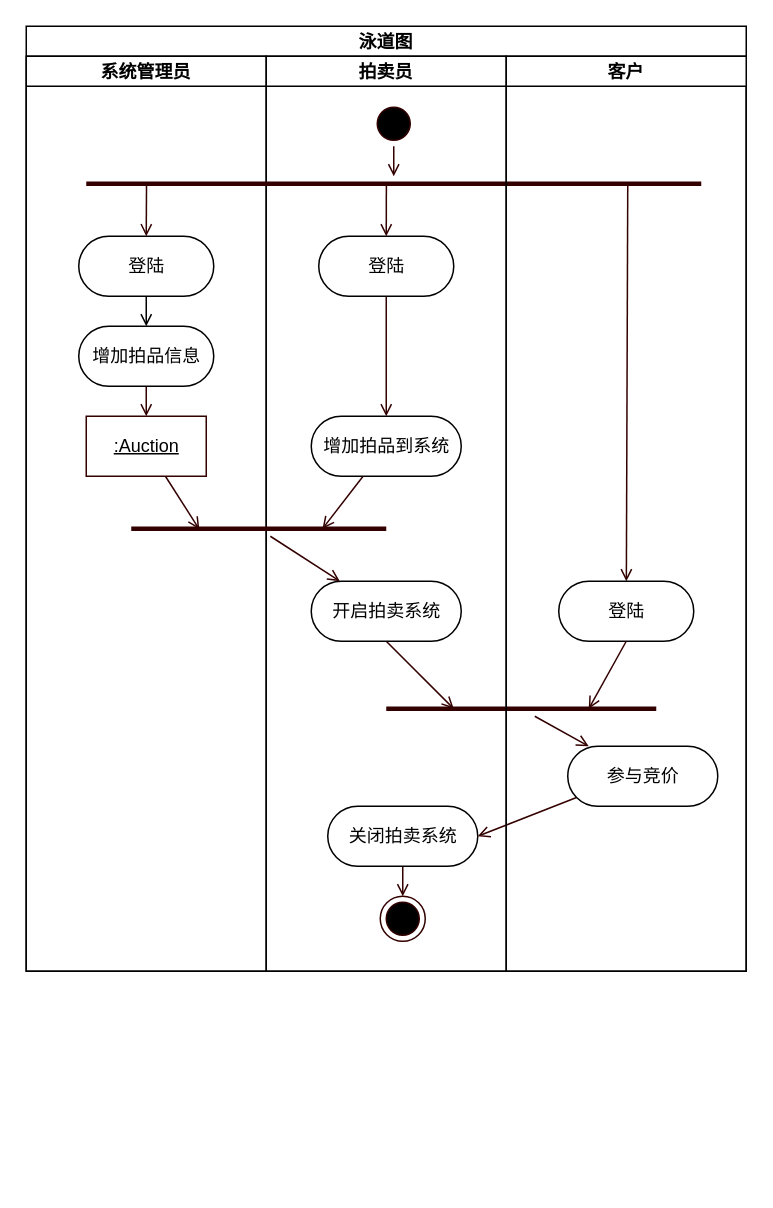
Earlier version of the draw.io diagram docs/进程视图/源文件/activity-chart.drawio (xinghyfish/auction). Source tidied: cells renumbered, new cells numbered last; positions are measured from the earlier drawing's top-left corner, leaving out a move shared by most shapes. Both pictures are drawn from the tidied source at 150%, with x=0, y=0 at pixel (26, 26).
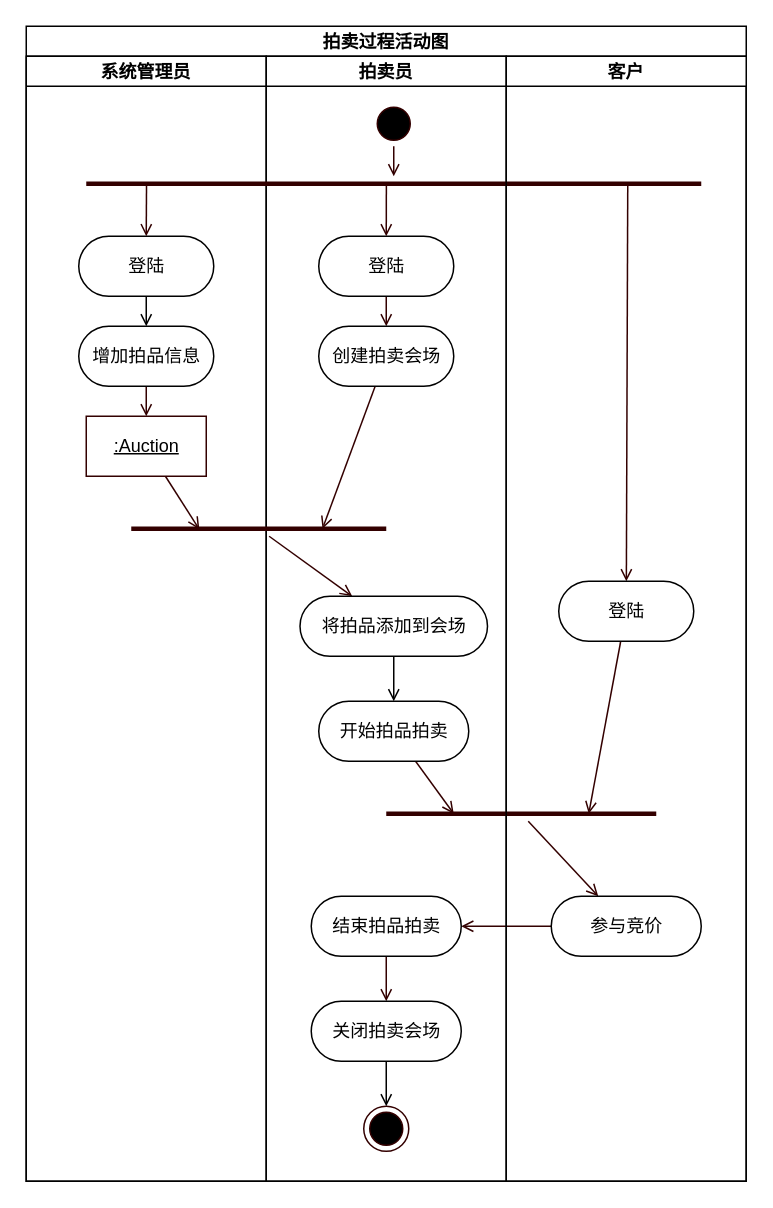
Above is the later version.

The change refers to these unchanged cells:
```xml
<mxCell id="5" value="登陆" style="html=1;dashed=0;whitespace=wrap;shape=mxgraph.dfd.start;" parent="3" vertex="1">
  <mxGeometry x="35" y="120" width="90" height="40" as="geometry" />
</mxCell>
<mxCell id="18" value="登陆" style="html=1;dashed=0;whitespace=wrap;shape=mxgraph.dfd.start;" parent="11" vertex="1">
  <mxGeometry x="35" y="120" width="90" height="40" as="geometry" />
</mxCell>
<mxCell id="20" style="shape=line;html=1;strokeWidth=3;strokeColor=#330000;" parent="11" vertex="1">
  <mxGeometry x="-120" y="80" width="410" height="10" as="geometry" />
</mxCell>
<mxCell id="22" style="shape=line;html=1;strokeWidth=3;strokeColor=#330000;" parent="11" vertex="1">
  <mxGeometry x="-90" y="310" width="170" height="10" as="geometry" />
</mxCell>
<mxCell id="32" value="登陆" style="html=1;dashed=0;whitespace=wrap;shape=mxgraph.dfd.start;" parent="30" vertex="1">
  <mxGeometry x="35" y="350" width="90" height="40" as="geometry" />
</mxCell>
```

Change to the diagram source:
```diff
@@
-    <mxCell id="2" value="泳道图" style="swimlane;startSize=20;" parent="1" vertex="1">
-      <mxGeometry width="480" height="630" as="geometry" />
+    <mxCell id="2" value="拍卖过程活动图" style="swimlane;startSize=20;" parent="1" vertex="1">
+      <mxGeometry width="480" height="770" as="geometry" />
     </mxCell>
     <mxCell id="3" value="系统管理员" style="swimlane;startSize=20;" parent="2" vertex="1">
-      <mxGeometry y="20" width="160" height="610" as="geometry" />
+      <mxGeometry y="20" width="160" height="750" as="geometry" />
     </mxCell>
@@
+    <mxCell id="28" style="edgeStyle=none;rounded=0;jettySize=auto;html=1;exitX=0.098;exitY=0.494;exitDx=0;exitDy=0;exitPerimeter=0;entryX=0.5;entryY=0.5;entryDx=0;entryDy=-20;entryPerimeter=0;strokeColor=#330000;endArrow=open;endFill=0;" parent="2" edge="1" source="20" target="5">
+      <mxGeometry relative="1" as="geometry" />
+    </mxCell>
+    <mxCell id="29" style="edgeStyle=none;rounded=0;jettySize=auto;html=1;strokeColor=#330000;endArrow=open;endFill=0;" parent="2" edge="1" source="31" target="16">
+      <mxGeometry relative="1" as="geometry" />
+    </mxCell>
+    <mxCell id="33" style="edgeStyle=none;rounded=0;jettySize=auto;html=1;entryX=0.75;entryY=0.5;entryDx=0;entryDy=0;entryPerimeter=0;strokeColor=#330000;endArrow=open;endFill=0;" parent="2" edge="1" source="32" target="27">
+      <mxGeometry relative="1" as="geometry" />
+    </mxCell>
+    <mxCell id="34" style="edgeStyle=none;rounded=0;jettySize=auto;html=1;strokeColor=#330000;endArrow=open;endFill=0;" parent="2" edge="1" source="27" target="31">
+      <mxGeometry relative="1" as="geometry" />
+    </mxCell>
     <mxCell id="11" value="拍卖员" style="swimlane;startSize=20;" parent="2" vertex="1">
-      <mxGeometry x="160" y="20" width="160" height="610" as="geometry" />
+      <mxGeometry x="160" y="20" width="160" height="750" as="geometry" />
     </mxCell>
-    <mxCell id="12" value="增加拍品到系统" style="html=1;dashed=0;whitespace=wrap;shape=mxgraph.dfd.start;" parent="11" vertex="1">
-      <mxGeometry x="30" y="240" width="100" height="40" as="geometry" />
-    </mxCell>
-    <mxCell id="13" style="edgeStyle=none;rounded=0;jettySize=auto;html=1;exitX=0.5;exitY=0.5;exitDx=0;exitDy=20;exitPerimeter=0;entryX=0.25;entryY=0.5;entryDx=0;entryDy=0;entryPerimeter=0;strokeColor=#330000;endArrow=open;endFill=0;" parent="11" edge="1" source="14" target="27">
+    <mxCell id="13" style="edgeStyle=none;rounded=0;jettySize=auto;html=1;entryX=0.25;entryY=0.5;entryDx=0;entryDy=0;entryPerimeter=0;strokeColor=#330000;endArrow=open;endFill=0;" parent="11" edge="1" source="41" target="27">
       <mxGeometry relative="1" as="geometry" />
     </mxCell>
-    <mxCell id="14" value="开启拍卖系统" style="html=1;dashed=0;whitespace=wrap;shape=mxgraph.dfd.start;" parent="11" vertex="1">
-      <mxGeometry x="30" y="350" width="100" height="40" as="geometry" />
-    </mxCell>
-    <mxCell id="15" style="edgeStyle=none;rounded=0;jettySize=auto;html=1;strokeColor=#330000;endArrow=open;endFill=0;" parent="11" edge="1" source="16" target="24">
+    <mxCell id="15" style="edgeStyle=none;rounded=0;jettySize=auto;html=1;strokeColor=#330000;endArrow=open;endFill=0;" parent="11" edge="1" source="16" target="38">
       <mxGeometry relative="1" as="geometry" />
     </mxCell>
-    <mxCell id="16" value="关闭拍卖系统" style="html=1;dashed=0;whitespace=wrap;shape=mxgraph.dfd.start;" parent="11" vertex="1">
-      <mxGeometry x="41" y="500" width="100" height="40" as="geometry" />
+    <mxCell id="16" value="结束拍品拍卖" style="html=1;dashed=0;whitespace=wrap;shape=mxgraph.dfd.start;" parent="11" vertex="1">
+      <mxGeometry x="30" y="560" width="100" height="40" as="geometry" />
     </mxCell>
-    <mxCell id="17" style="edgeStyle=none;rounded=0;jettySize=auto;html=1;strokeColor=#330000;endArrow=open;endFill=0;" parent="11" edge="1" source="18" target="12">
+    <mxCell id="17" style="edgeStyle=none;rounded=0;jettySize=auto;html=1;strokeColor=#330000;endArrow=open;endFill=0;" parent="11" edge="1" source="18" target="35">
       <mxGeometry relative="1" as="geometry" />
     </mxCell>
@@
-    <mxCell id="21" style="edgeStyle=none;rounded=0;jettySize=auto;html=1;strokeColor=#330000;endArrow=open;endFill=0;" parent="11" edge="1" source="22" target="14">
+    <mxCell id="21" style="edgeStyle=none;rounded=0;jettySize=auto;html=1;strokeColor=#330000;endArrow=open;endFill=0;" parent="11" edge="1" source="22" target="40">
       <mxGeometry relative="1" as="geometry" />
     </mxCell>
@@
-    <mxCell id="23" style="edgeStyle=none;rounded=0;jettySize=auto;html=1;strokeColor=#330000;endArrow=open;endFill=0;entryX=0.75;entryY=0.5;entryDx=0;entryDy=0;entryPerimeter=0;" parent="11" edge="1" source="12" target="22">
+    <mxCell id="23" style="edgeStyle=none;rounded=0;jettySize=auto;html=1;strokeColor=#330000;endArrow=open;endFill=0;entryX=0.75;entryY=0.5;entryDx=0;entryDy=0;entryPerimeter=0;" parent="11" edge="1" source="35" target="22">
       <mxGeometry relative="1" as="geometry" />
     </mxCell>
-    <mxCell id="24" style="ellipse;html=1;shape=endState;fillColor=#000000;strokeColor=#330000;strokeWidth=1;" parent="11" vertex="1">
-      <mxGeometry x="76" y="560" width="30" height="30" as="geometry" />
-    </mxCell>
@@
     <mxCell id="27" style="shape=line;html=1;strokeWidth=3;strokeColor=#330000;" parent="11" vertex="1">
-      <mxGeometry x="80" y="430" width="180" height="10" as="geometry" />
+      <mxGeometry x="80" y="500" width="180" height="10" as="geometry" />
     </mxCell>
-    <mxCell id="28" style="edgeStyle=none;rounded=0;jettySize=auto;html=1;exitX=0.098;exitY=0.494;exitDx=0;exitDy=0;exitPerimeter=0;entryX=0.5;entryY=0.5;entryDx=0;entryDy=-20;entryPerimeter=0;strokeColor=#330000;endArrow=open;endFill=0;" parent="2" edge="1" source="20" target="5">
-      <mxGeometry relative="1" as="geometry" />
-    </mxCell>
-    <mxCell id="29" style="edgeStyle=none;rounded=0;jettySize=auto;html=1;exitX=0;exitY=0;exitDx=5.859999999999999;exitDy=34.14;exitPerimeter=0;strokeColor=#330000;endArrow=open;endFill=0;entryX=1;entryY=0.5;entryDx=0;entryDy=0;entryPerimeter=0;" parent="2" edge="1" source="31" target="16">
-      <mxGeometry relative="1" as="geometry" />
-    </mxCell>
+    <mxCell id="35" value="创建拍卖会场" style="html=1;dashed=0;whitespace=wrap;shape=mxgraph.dfd.start;" parent="11" vertex="1">
+      <mxGeometry x="35" y="180" width="90" height="40" as="geometry" />
+    </mxCell>
+    <mxCell id="36" style="ellipse;html=1;shape=endState;fillColor=#000000;strokeColor=#330000;strokeWidth=1;" parent="11" vertex="1">
+      <mxGeometry x="65" y="700" width="30" height="30" as="geometry" />
+    </mxCell>
+    <mxCell id="37" style="edgeStyle=orthogonalEdgeStyle;rounded=0;jettySize=auto;html=1;exitX=0.5;exitY=0.5;exitDx=0;exitDy=20;exitPerimeter=0;endArrow=open;endFill=0;" parent="11" edge="1" source="38" target="36">
+      <mxGeometry relative="1" as="geometry" />
+    </mxCell>
+    <mxCell id="38" value="关闭拍卖会场" style="html=1;dashed=0;whitespace=wrap;shape=mxgraph.dfd.start;" parent="11" vertex="1">
+      <mxGeometry x="30" y="630" width="100" height="40" as="geometry" />
+    </mxCell>
+    <mxCell id="39" style="edgeStyle=orthogonalEdgeStyle;rounded=0;jettySize=auto;html=1;endArrow=open;endFill=0;" parent="11" edge="1" source="40" target="41">
+      <mxGeometry relative="1" as="geometry" />
+    </mxCell>
+    <mxCell id="40" value="将拍品添加到会场" style="html=1;dashed=0;whitespace=wrap;shape=mxgraph.dfd.start;" parent="11" vertex="1">
+      <mxGeometry x="22.5" y="360" width="125" height="40" as="geometry" />
+    </mxCell>
+    <mxCell id="41" value="开始拍品拍卖" style="html=1;dashed=0;whitespace=wrap;shape=mxgraph.dfd.start;" parent="11" vertex="1">
+      <mxGeometry x="35" y="430" width="100" height="40" as="geometry" />
+    </mxCell>
     <mxCell id="30" value="客户" style="swimlane;startSize=20;" parent="2" vertex="1">
-      <mxGeometry x="320" y="20" width="160" height="610" as="geometry" />
+      <mxGeometry x="320" y="20" width="160" height="750" as="geometry" />
     </mxCell>
     <mxCell id="31" value="参与竞价" style="html=1;dashed=0;whitespace=wrap;shape=mxgraph.dfd.start;" parent="30" vertex="1">
-      <mxGeometry x="41" y="460" width="100" height="40" as="geometry" />
+      <mxGeometry x="30" y="560" width="100" height="40" as="geometry" />
     </mxCell>
@@
-    <mxCell id="33" style="edgeStyle=none;rounded=0;jettySize=auto;html=1;exitX=0.5;exitY=0.5;exitDx=0;exitDy=20;exitPerimeter=0;entryX=0.75;entryY=0.5;entryDx=0;entryDy=0;entryPerimeter=0;strokeColor=#330000;endArrow=open;endFill=0;" parent="2" edge="1" source="32" target="27">
-      <mxGeometry relative="1" as="geometry" />
-    </mxCell>
-    <mxCell id="34" style="edgeStyle=none;rounded=0;jettySize=auto;html=1;strokeColor=#330000;endArrow=open;endFill=0;" parent="2" edge="1" source="27" target="31">
-      <mxGeometry relative="1" as="geometry" />
-    </mxCell>
```
